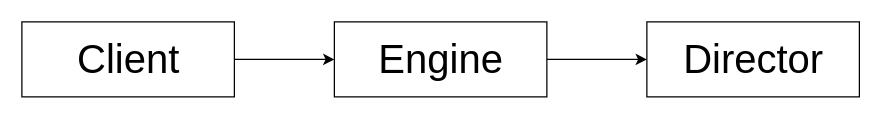
This is packages/积木模式/story_before/UML.drawio from yyc-git/3DProgramPattern, a draw.io file, before an edit. Source tidied: cells renumbered, new cells numbered last; positions are measured from the earlier drawing's top-left corner, leaving out a move shared by most shapes. Both pictures are drawn from the tidied source at 125%, with x=0, y=0 at pixel (21, 21).
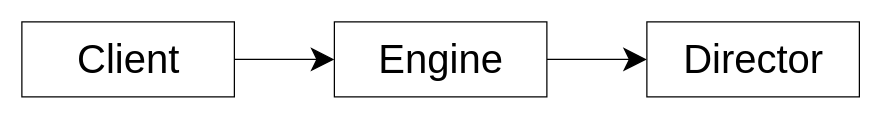
Above is the later version.

What changed in the source:
```diff
@@
 <mxGraphModel>
   <root>
     <mxCell id="0" />
     <mxCell id="1" parent="0" />
-    <mxCell id="2" style="edgeStyle=orthogonalEdgeStyle;rounded=0;jettySize=auto;html=1;" parent="1" edge="1" source="3" target="5">
+    <mxCell id="2" style="edgeStyle=orthogonalEdgeStyle;rounded=0;jettySize=auto;html=1;endSize=16;startSize=16;" parent="1" edge="1" source="3" target="5">
       <mxGeometry relative="1" as="geometry" />
     </mxCell>
     <mxCell id="3" value="Client" style="html=1;fontSize=32;" parent="1" vertex="1">
       <mxGeometry width="170" height="60" as="geometry" />
     </mxCell>
-    <mxCell id="4" style="edgeStyle=orthogonalEdgeStyle;rounded=0;jettySize=auto;html=1;" parent="1" edge="1" source="5" target="6">
+    <mxCell id="4" style="edgeStyle=orthogonalEdgeStyle;rounded=0;jettySize=auto;html=1;endSize=16;startSize=16;" parent="1" edge="1" source="5" target="6">
       <mxGeometry relative="1" as="geometry" />
     </mxCell>
     <mxCell id="5" value="Engine" style="html=1;fontSize=32;" parent="1" vertex="1">
       <mxGeometry x="250" width="170" height="60" as="geometry" />
     </mxCell>
     <mxCell id="6" value="Director" style="html=1;fontSize=32;" parent="1" vertex="1">
       <mxGeometry x="500" width="170" height="60" as="geometry" />
     </mxCell>
   </root>
 </mxGraphModel>
```
